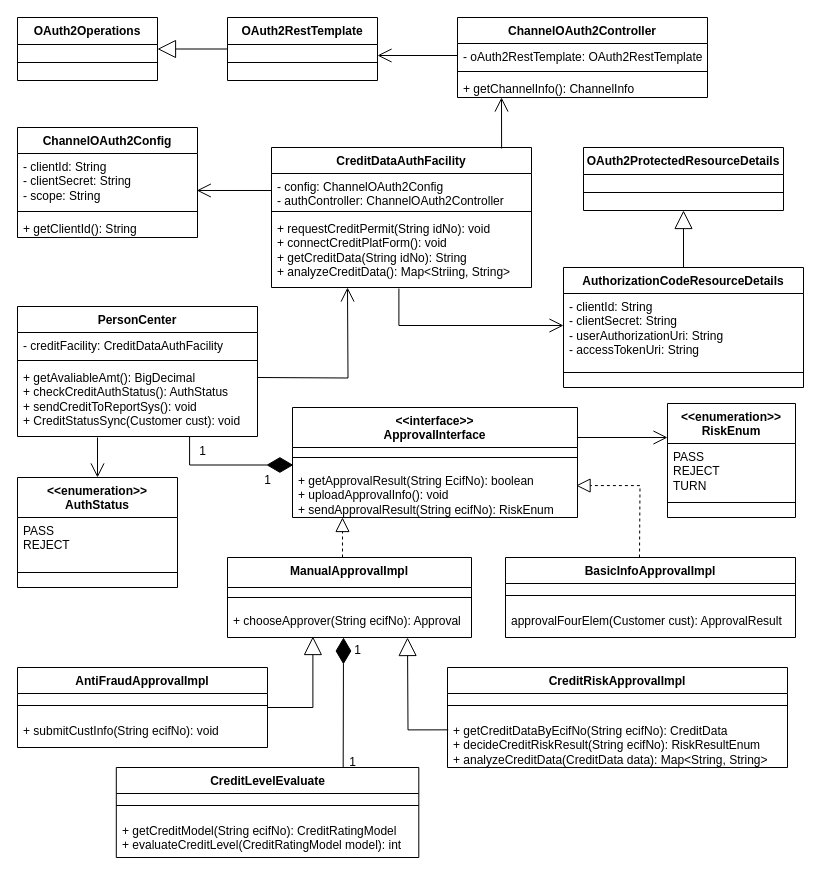
Above: 授信额度审批-.drawio in wuxiao-web/graduationThesis (draw.io), before the change. Source tidied: cells renumbered, new cells numbered last; positions are measured from the earlier drawing's top-left corner, leaving out a move shared by most shapes. Both pictures are drawn from the tidied source at 100%, with x=0, y=0 at pixel (17, 17).
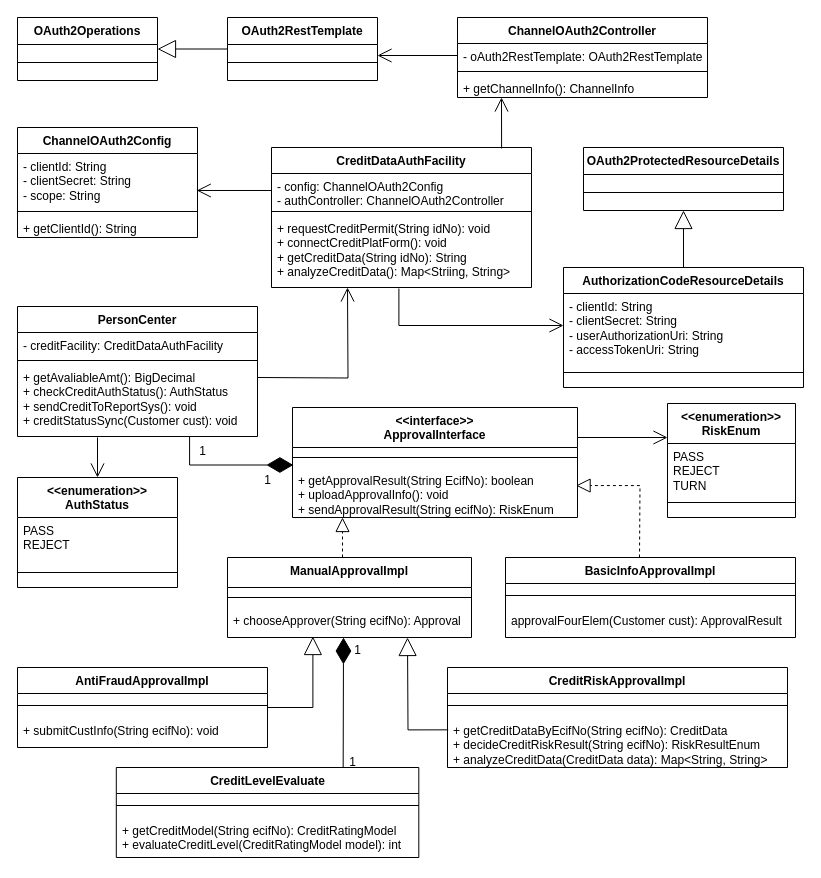
The same diagram, later.

Commit message:
更新授信额度审批-.drawio

The change refers to these unchanged cells:
```xml
<mxCell id="29" value="PersonCenter" style="swimlane;fontStyle=1;align=center;verticalAlign=top;horizontal=1;startSize=26;whiteSpace=wrap;html=1;" parent="1" vertex="1">
  <mxGeometry y="289" width="240" height="130" as="geometry" />
</mxCell>
```

Change to the diagram source:
```diff
@@
-    <mxCell id="32" value="+ getAvaliableAmt(): BigDecimal&lt;br&gt;+&amp;nbsp;checkCreditAuthStatus(): AuthStatus&lt;br&gt;+&amp;nbsp;sendCreditToReportSys(): void&lt;br&gt;+&amp;nbsp;CreditStatusSync(Customer cust): void" style="text;strokeColor=none;fillColor=none;align=left;verticalAlign=top;spacingLeft=4;spacingRight=4;overflow=hidden;points=[[0,0.5],[1,0.5]];portConstraint=eastwest;whiteSpace=wrap;html=1;" parent="29" vertex="1">
+    <mxCell id="32" value="+ getAvaliableAmt(): BigDecimal&lt;br&gt;+&amp;nbsp;checkCreditAuthStatus(): AuthStatus&lt;br&gt;+&amp;nbsp;sendCreditToReportSys(): void&lt;br&gt;+ creditStatusSync(Customer cust): void" style="text;strokeColor=none;fillColor=none;align=left;verticalAlign=top;spacingLeft=4;spacingRight=4;overflow=hidden;points=[[0,0.5],[1,0.5]];portConstraint=eastwest;whiteSpace=wrap;html=1;" parent="29" vertex="1">
       <mxGeometry y="58" width="240" height="72" as="geometry" />
     </mxCell>
```
